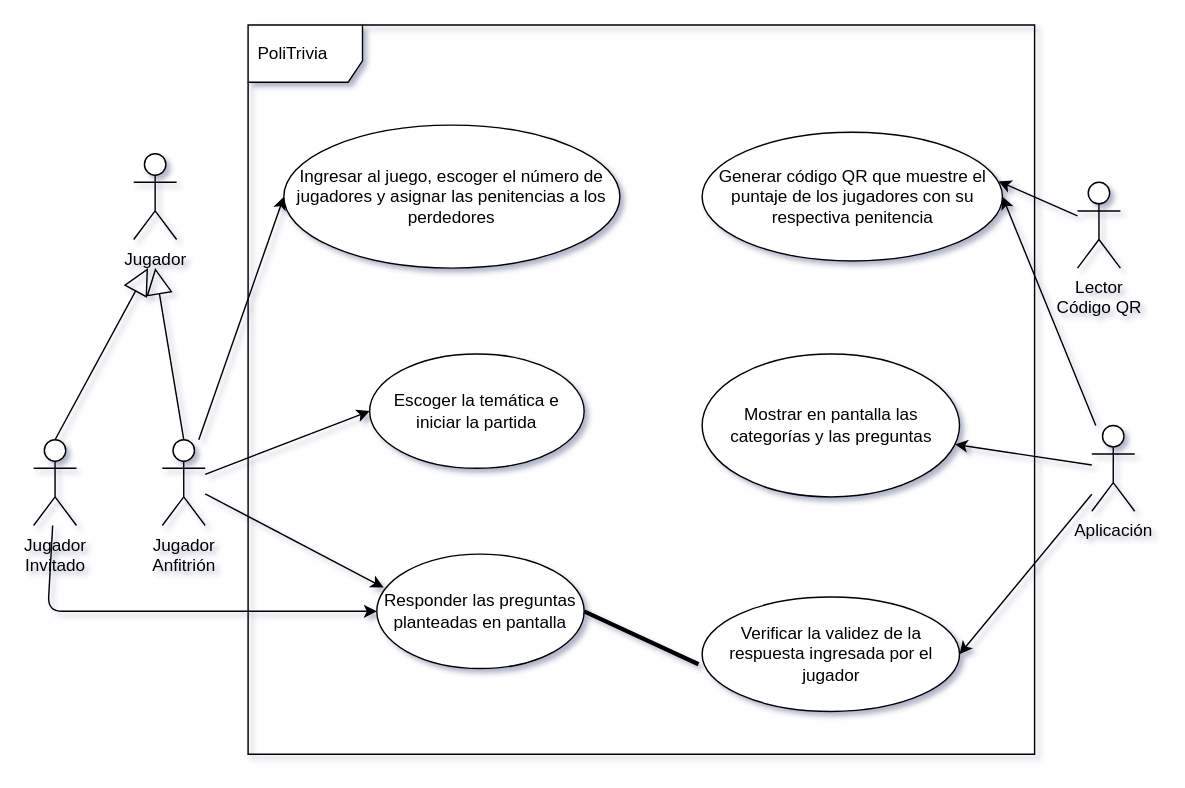
Before: Design/PoliCodeCrafters_UC_PoliTrivia.drawio in dayapt04/prjPoliTriva, a draw.io diagram. Source tidied: cells renumbered, new cells numbered last; positions are measured from the earlier drawing's top-left corner, leaving out a move shared by most shapes. Both pictures are drawn from the tidied source at 143%, with x=0, y=0 at pixel (33, 24).
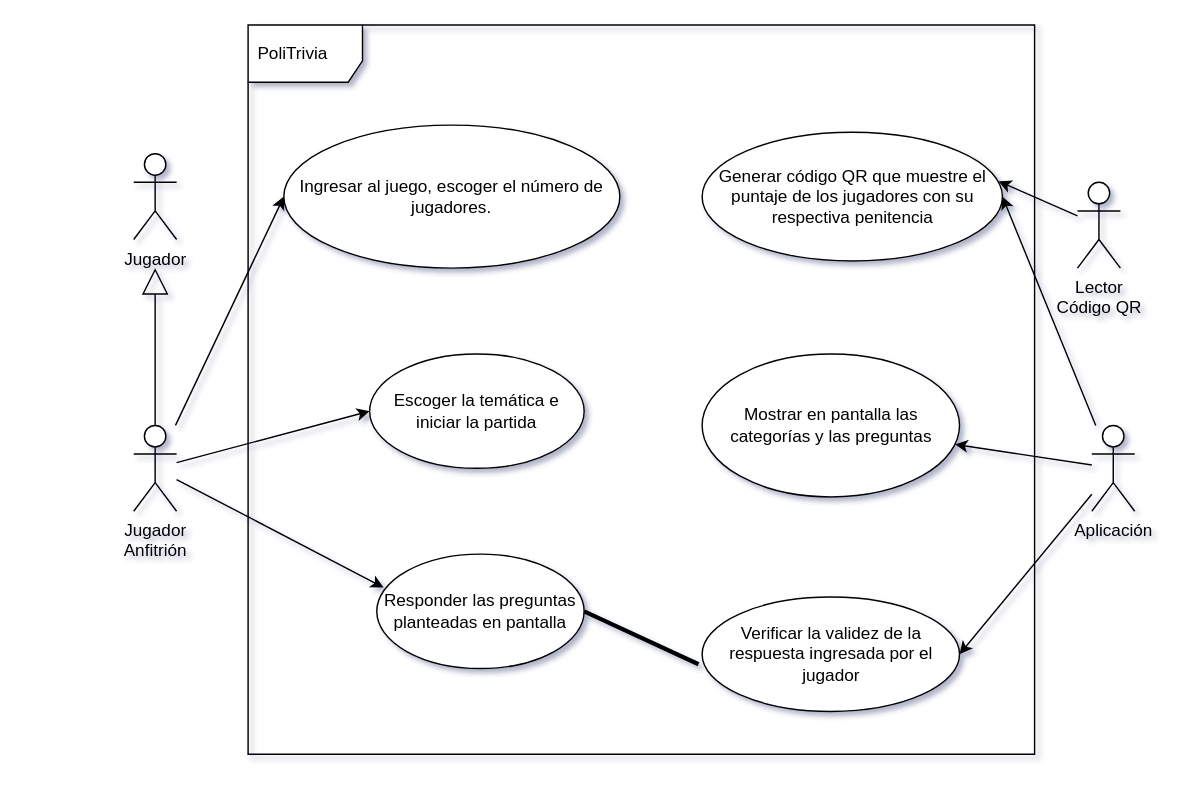
After the change.

Unchanged cells that the change refers to:
```xml
<mxCell id="21" value="Responder las preguntas planteadas en pantalla" style="ellipse;whiteSpace=wrap;html=1;" parent="1" vertex="1">
  <mxGeometry x="240" y="370" width="145" height="80" as="geometry" />
</mxCell>
```

Change to the diagram source:
```diff
@@
     <mxCell id="6" value="Jugador &lt;br&gt;Anfitrión" style="shape=umlActor;verticalLabelPosition=bottom;verticalAlign=top;html=1;" parent="1" vertex="1">
-      <mxGeometry x="90" y="290" width="30" height="60" as="geometry" />
+      <mxGeometry x="70" y="280" width="30" height="60" as="geometry" />
     </mxCell>
@@
-    <mxCell id="15" style="edgeStyle=none;html=1;entryX=0;entryY=0.5;entryDx=0;entryDy=0;" parent="1" edge="1" source="16" target="21">
-      <mxGeometry relative="1" as="geometry">
-        <Array as="points">
-          <mxPoint x="10" y="410" />
-        </Array>
-      </mxGeometry>
-    </mxCell>
-    <mxCell id="16" value="Jugador &lt;br&gt;Invitado" style="shape=umlActor;verticalLabelPosition=bottom;verticalAlign=top;html=1;" parent="1" vertex="1">
-      <mxGeometry y="290" width="30" height="60" as="geometry" />
-    </mxCell>
-    <mxCell id="17" style="endArrow=block;endSize=16;endFill=0;html=1;exitX=0.5;exitY=0;exitDx=0;exitDy=0;exitPerimeter=0;" parent="1" edge="1" source="16">
-      <mxGeometry relative="1" as="geometry">
-        <mxPoint x="80" y="170" as="targetPoint" />
-      </mxGeometry>
-    </mxCell>
-    <mxCell id="18" value="Ingresar al juego, escoger el número de jugadores y asignar las penitencias a los perdedores" style="ellipse;whiteSpace=wrap;html=1;" parent="1" vertex="1">
+    <mxCell id="18" value="Ingresar al juego, escoger el número de jugadores." style="ellipse;whiteSpace=wrap;html=1;" parent="1" vertex="1">
       <mxGeometry x="175" y="70" width="235" height="100" as="geometry" />
     </mxCell>
```
